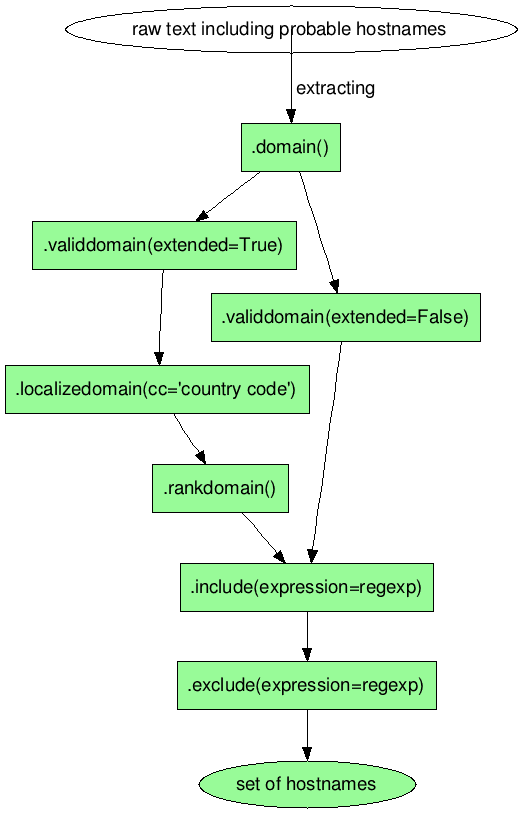
The Graphviz diagram doc/domainclassifier-flow.png in adulau/DomainClassifier, before a commit. Its source is kept beside it as doc/domainclassifier-flow.dot.
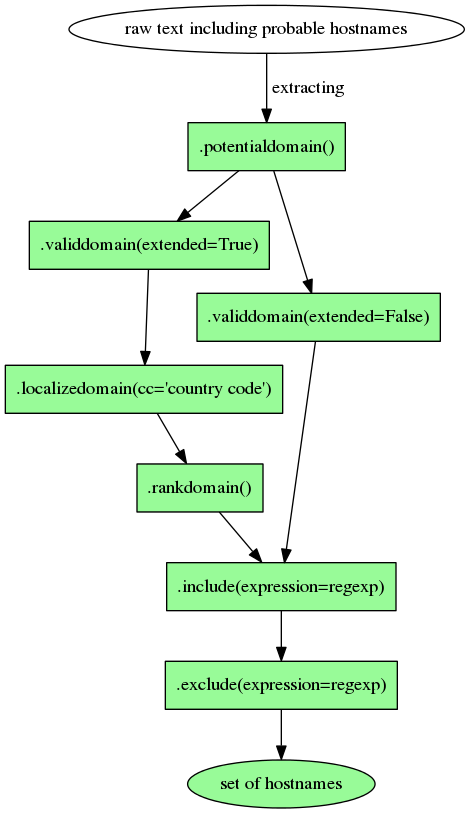
After the commit.

Commit message:
domain() to potentialdomain() method name updated

Diff of the diagram source:
```diff
@@ -1,7 +1,7 @@
 digraph g{
   z [label="raw text including probable hostnames"];
   a -> b;
-  a [label=".domain()",shape=box,fillcolor="palegreen",style="filled"];
+  a [label=".potentialdomain()",shape=box,fillcolor="palegreen",style="filled"];
   z -> a [label=" extracting"];
   b [label=".validdomain(extended=True)",shape=box,fillcolor="palegreen",style="filled"];
   c [label=".localizedomain(cc='country code')",shape=box,fillcolor="palegreen",style="filled"];
```
